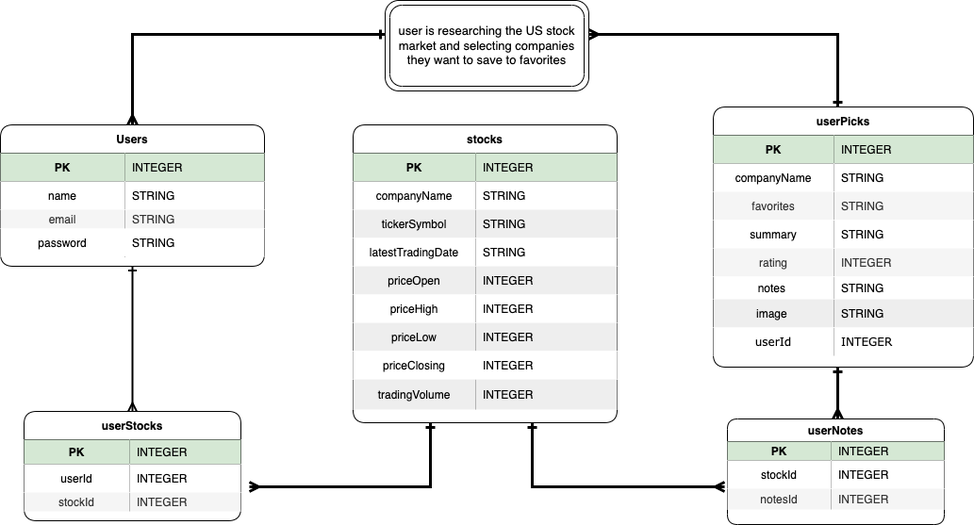
Professorsurf/Project-2 keeps this draw.io diagram as ERD.drawio.png. Above is the earlier version. Source tidied: cells renumbered, new cells last; positions are measured from the earlier drawing's top-left corner, leaving out a move shared by most shapes.
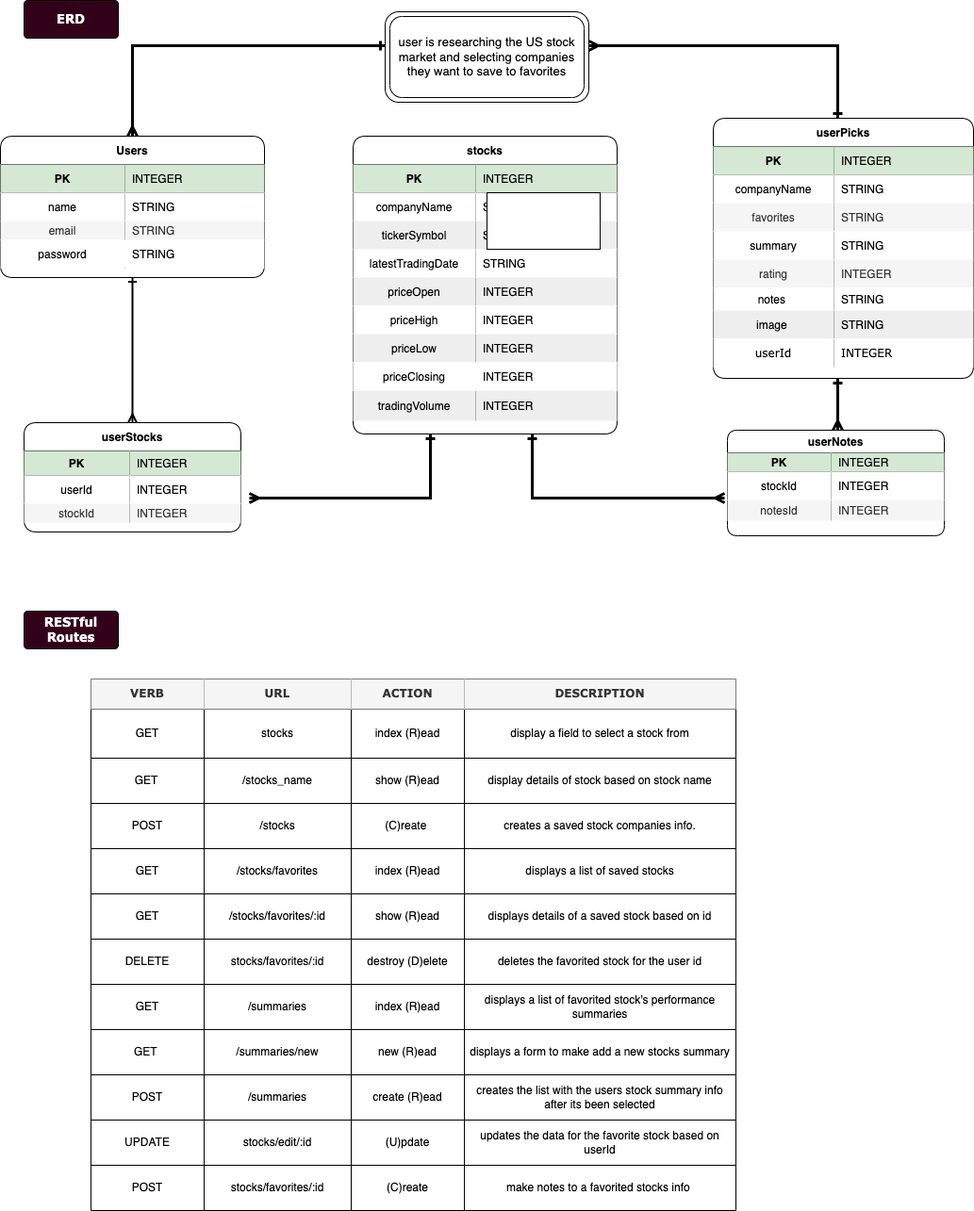
Later version of the same file.

Change to the diagram source:
```diff
@@ -308,5 +308,203 @@
     <mxCell id="94" value="user is researching the US stock market and selecting companies they want to save to favorites" style="shape=ext;margin=3;double=1;whiteSpace=wrap;html=1;align=center;rounded=1;shadow=0;fontSize=13;" parent="1" vertex="1">
       <mxGeometry x="408" width="216" height="96" as="geometry" />
     </mxCell>
+    <mxCell id="95" style="shape=table;html=1;whiteSpace=wrap;startSize=0;rounded=1;shadow=0;sketch=0;strokeWidth=1;perimeterSpacing=0;rowLines=1;" parent="1" vertex="1">
+      <mxGeometry x="96" y="708" width="684" height="564" as="geometry" />
+    </mxCell>
+    <mxCell id="96" style="shape=tableRow;horizontal=0;startSize=0;swimlaneHead=0;swimlaneBody=0;top=0;left=0;bottom=0;right=0;fillColor=none;rounded=1;shadow=0;" parent="95" vertex="1">
+      <mxGeometry width="684" height="32" as="geometry" />
+    </mxCell>
+    <mxCell id="97" value="VERB" style="shape=partialRectangle;html=1;whiteSpace=wrap;fillColor=#f5f5f5;top=0;left=0;bottom=0;right=0;overflow=hidden;rounded=1;shadow=0;fontFamily=Verdana;fontColor=#333333;strokeColor=#666666;fontStyle=1;" parent="96" vertex="1">
+      <mxGeometry width="120" height="32" as="geometry" />
+    </mxCell>
+    <mxCell id="98" value="URL" style="shape=partialRectangle;html=1;whiteSpace=wrap;fillColor=#f5f5f5;top=0;left=0;bottom=0;right=0;overflow=hidden;rounded=1;shadow=0;fontFamily=Verdana;fontColor=#333333;strokeColor=#666666;fontStyle=1;" parent="96" vertex="1">
+      <mxGeometry x="120" width="156" height="32" as="geometry" />
+    </mxCell>
+    <mxCell id="99" value="ACTION" style="shape=partialRectangle;html=1;whiteSpace=wrap;fillColor=#f5f5f5;top=0;left=0;bottom=0;right=0;overflow=hidden;rounded=1;shadow=0;fontFamily=Verdana;fontColor=#333333;strokeColor=#666666;fontStyle=1;" parent="96" vertex="1">
+      <mxGeometry x="276" width="120" height="32" as="geometry" />
+    </mxCell>
+    <mxCell id="100" value="DESCRIPTION" style="shape=partialRectangle;html=1;whiteSpace=wrap;fillColor=#f5f5f5;top=0;left=0;bottom=0;right=0;overflow=hidden;rounded=1;shadow=0;fontFamily=Verdana;fontColor=#333333;strokeColor=#666666;fontStyle=1;" parent="96" vertex="1">
+      <mxGeometry x="396" width="288" height="32" as="geometry" />
+    </mxCell>
+    <mxCell id="101" style="shape=tableRow;horizontal=0;startSize=0;swimlaneHead=0;swimlaneBody=0;top=0;left=0;bottom=0;right=0;fillColor=none;rounded=1;shadow=0;" parent="95" vertex="1">
+      <mxGeometry y="32" width="684" height="52" as="geometry" />
+    </mxCell>
+    <mxCell id="102" value="GET" style="shape=partialRectangle;html=1;whiteSpace=wrap;fillColor=none;top=0;left=0;bottom=0;right=0;overflow=hidden;rounded=1;shadow=0;" parent="101" vertex="1">
+      <mxGeometry width="120" height="52" as="geometry" />
+    </mxCell>
+    <mxCell id="103" value="stocks" style="shape=partialRectangle;html=1;whiteSpace=wrap;fillColor=none;top=0;left=0;bottom=0;right=0;overflow=hidden;rounded=1;shadow=0;" parent="101" vertex="1">
+      <mxGeometry x="120" width="156" height="52" as="geometry" />
+    </mxCell>
+    <mxCell id="104" value="index (R)ead" style="shape=partialRectangle;html=1;whiteSpace=wrap;fillColor=none;top=0;left=0;bottom=0;right=0;overflow=hidden;rounded=1;shadow=0;" parent="101" vertex="1">
+      <mxGeometry x="276" width="120" height="52" as="geometry" />
+    </mxCell>
+    <mxCell id="105" value="display a field to select a stock from" style="shape=partialRectangle;html=1;whiteSpace=wrap;fillColor=none;top=0;left=0;bottom=0;right=0;overflow=hidden;rounded=1;shadow=0;" parent="101" vertex="1">
+      <mxGeometry x="396" width="288" height="52" as="geometry" />
+    </mxCell>
+    <mxCell id="106" style="shape=tableRow;horizontal=0;startSize=0;swimlaneHead=0;swimlaneBody=0;top=0;left=0;bottom=0;right=0;fillColor=none;rounded=1;shadow=0;" parent="95" vertex="1">
+      <mxGeometry y="84" width="684" height="48" as="geometry" />
+    </mxCell>
+    <mxCell id="107" value="GET&lt;span style=&quot;white-space: pre&quot;&gt;&#9;&lt;/span&gt;" style="shape=partialRectangle;html=1;whiteSpace=wrap;fillColor=none;top=0;left=0;bottom=0;right=0;overflow=hidden;rounded=1;shadow=0;" parent="106" vertex="1">
+      <mxGeometry width="120" height="48" as="geometry" />
+    </mxCell>
+    <mxCell id="108" value="/stocks_name" style="shape=partialRectangle;html=1;whiteSpace=wrap;fillColor=none;top=0;left=0;bottom=0;right=0;overflow=hidden;rounded=1;shadow=0;" parent="106" vertex="1">
+      <mxGeometry x="120" width="156" height="48" as="geometry" />
+    </mxCell>
+    <mxCell id="109" value="show (R)ead" style="shape=partialRectangle;html=1;whiteSpace=wrap;fillColor=none;top=0;left=0;bottom=0;right=0;overflow=hidden;rounded=1;shadow=0;" parent="106" vertex="1">
+      <mxGeometry x="276" width="120" height="48" as="geometry" />
+    </mxCell>
+    <mxCell id="110" value="display details of stock based on stock name" style="shape=partialRectangle;html=1;whiteSpace=wrap;fillColor=none;top=0;left=0;bottom=0;right=0;overflow=hidden;rounded=1;shadow=0;" parent="106" vertex="1">
+      <mxGeometry x="396" width="288" height="48" as="geometry" />
+    </mxCell>
+    <mxCell id="111" style="shape=tableRow;horizontal=0;startSize=0;swimlaneHead=0;swimlaneBody=0;top=0;left=0;bottom=0;right=0;fillColor=none;rounded=1;shadow=0;" parent="95" vertex="1">
+      <mxGeometry y="132" width="684" height="48" as="geometry" />
+    </mxCell>
+    <mxCell id="112" value="POST" style="shape=partialRectangle;html=1;whiteSpace=wrap;fillColor=none;top=0;left=0;bottom=0;right=0;overflow=hidden;rounded=1;shadow=0;" parent="111" vertex="1">
+      <mxGeometry width="120" height="48" as="geometry" />
+    </mxCell>
+    <mxCell id="113" value="/stocks" style="shape=partialRectangle;html=1;whiteSpace=wrap;fillColor=none;top=0;left=0;bottom=0;right=0;overflow=hidden;rounded=1;shadow=0;" parent="111" vertex="1">
+      <mxGeometry x="120" width="156" height="48" as="geometry" />
+    </mxCell>
+    <mxCell id="114" value="(C)reate&amp;nbsp;&lt;br&gt;" style="shape=partialRectangle;html=1;whiteSpace=wrap;fillColor=none;top=0;left=0;bottom=0;right=0;overflow=hidden;rounded=1;shadow=0;" parent="111" vertex="1">
+      <mxGeometry x="276" width="120" height="48" as="geometry" />
+    </mxCell>
+    <mxCell id="115" value="creates a saved stock companies info." style="shape=partialRectangle;html=1;whiteSpace=wrap;fillColor=none;top=0;left=0;bottom=0;right=0;overflow=hidden;rounded=1;shadow=0;" parent="111" vertex="1">
+      <mxGeometry x="396" width="288" height="48" as="geometry" />
+    </mxCell>
+    <mxCell id="116" style="shape=tableRow;horizontal=0;startSize=0;swimlaneHead=0;swimlaneBody=0;top=0;left=0;bottom=0;right=0;fillColor=none;rounded=1;shadow=0;" parent="95" vertex="1">
+      <mxGeometry y="180" width="684" height="48" as="geometry" />
+    </mxCell>
+    <mxCell id="117" value="GET" style="shape=partialRectangle;html=1;whiteSpace=wrap;fillColor=none;top=0;left=0;bottom=0;right=0;overflow=hidden;rounded=1;shadow=0;" parent="116" vertex="1">
+      <mxGeometry width="120" height="48" as="geometry" />
+    </mxCell>
+    <mxCell id="118" value="/stocks/favorites" style="shape=partialRectangle;html=1;whiteSpace=wrap;fillColor=none;top=0;left=0;bottom=0;right=0;overflow=hidden;rounded=1;shadow=0;" parent="116" vertex="1">
+      <mxGeometry x="120" width="156" height="48" as="geometry" />
+    </mxCell>
+    <mxCell id="119" value="index (R)ead" style="shape=partialRectangle;html=1;whiteSpace=wrap;fillColor=none;top=0;left=0;bottom=0;right=0;overflow=hidden;rounded=1;shadow=0;" parent="116" vertex="1">
+      <mxGeometry x="276" width="120" height="48" as="geometry" />
+    </mxCell>
+    <mxCell id="120" value="displays a list of saved stocks" style="shape=partialRectangle;html=1;whiteSpace=wrap;fillColor=none;top=0;left=0;bottom=0;right=0;overflow=hidden;rounded=1;shadow=0;" parent="116" vertex="1">
+      <mxGeometry x="396" width="288" height="48" as="geometry" />
+    </mxCell>
+    <mxCell id="121" style="shape=tableRow;horizontal=0;startSize=0;swimlaneHead=0;swimlaneBody=0;top=0;left=0;bottom=0;right=0;fillColor=none;rounded=1;shadow=0;" parent="95" vertex="1">
+      <mxGeometry y="228" width="684" height="48" as="geometry" />
+    </mxCell>
+    <mxCell id="122" value="GET" style="shape=partialRectangle;html=1;whiteSpace=wrap;fillColor=none;top=0;left=0;bottom=0;right=0;overflow=hidden;rounded=1;shadow=0;" parent="121" vertex="1">
+      <mxGeometry width="120" height="48" as="geometry" />
+    </mxCell>
+    <mxCell id="123" value="/stocks/favorites/:id" style="shape=partialRectangle;html=1;whiteSpace=wrap;fillColor=none;top=0;left=0;bottom=0;right=0;overflow=hidden;rounded=1;shadow=0;" parent="121" vertex="1">
+      <mxGeometry x="120" width="156" height="48" as="geometry" />
+    </mxCell>
+    <mxCell id="124" value="show (R)ead" style="shape=partialRectangle;html=1;whiteSpace=wrap;fillColor=none;top=0;left=0;bottom=0;right=0;overflow=hidden;rounded=1;shadow=0;" parent="121" vertex="1">
+      <mxGeometry x="276" width="120" height="48" as="geometry" />
+    </mxCell>
+    <mxCell id="125" value="displays details of a saved stock based on id" style="shape=partialRectangle;html=1;whiteSpace=wrap;fillColor=none;top=0;left=0;bottom=0;right=0;overflow=hidden;rounded=1;shadow=0;" parent="121" vertex="1">
+      <mxGeometry x="396" width="288" height="48" as="geometry" />
+    </mxCell>
+    <mxCell id="126" style="shape=tableRow;horizontal=0;startSize=0;swimlaneHead=0;swimlaneBody=0;top=0;left=0;bottom=0;right=0;fillColor=none;rounded=1;shadow=0;" parent="95" vertex="1">
+      <mxGeometry y="276" width="684" height="48" as="geometry" />
+    </mxCell>
+    <mxCell id="127" value="DELETE" style="shape=partialRectangle;html=1;whiteSpace=wrap;fillColor=none;top=0;left=0;bottom=0;right=0;overflow=hidden;rounded=1;shadow=0;" parent="126" vertex="1">
+      <mxGeometry width="120" height="48" as="geometry" />
+    </mxCell>
+    <mxCell id="128" value="stocks/favorites/:id" style="shape=partialRectangle;html=1;whiteSpace=wrap;fillColor=none;top=0;left=0;bottom=0;right=0;overflow=hidden;rounded=1;shadow=0;" parent="126" vertex="1">
+      <mxGeometry x="120" width="156" height="48" as="geometry" />
+    </mxCell>
+    <mxCell id="129" value="destroy (D)elete" style="shape=partialRectangle;html=1;whiteSpace=wrap;fillColor=none;top=0;left=0;bottom=0;right=0;overflow=hidden;rounded=1;shadow=0;" parent="126" vertex="1">
+      <mxGeometry x="276" width="120" height="48" as="geometry" />
+    </mxCell>
+    <mxCell id="130" value="deletes the favorited stock for the user id" style="shape=partialRectangle;html=1;whiteSpace=wrap;fillColor=none;top=0;left=0;bottom=0;right=0;overflow=hidden;rounded=1;shadow=0;" parent="126" vertex="1">
+      <mxGeometry x="396" width="288" height="48" as="geometry" />
+    </mxCell>
+    <mxCell id="131" style="shape=tableRow;horizontal=0;startSize=0;swimlaneHead=0;swimlaneBody=0;top=0;left=0;bottom=0;right=0;fillColor=none;rounded=1;shadow=0;" parent="95" vertex="1">
+      <mxGeometry y="324" width="684" height="48" as="geometry" />
+    </mxCell>
+    <mxCell id="132" value="GET" style="shape=partialRectangle;html=1;whiteSpace=wrap;fillColor=none;top=0;left=0;bottom=0;right=0;overflow=hidden;rounded=1;shadow=0;" parent="131" vertex="1">
+      <mxGeometry width="120" height="48" as="geometry" />
+    </mxCell>
+    <mxCell id="133" value="/summaries" style="shape=partialRectangle;html=1;whiteSpace=wrap;fillColor=none;top=0;left=0;bottom=0;right=0;overflow=hidden;rounded=1;shadow=0;" parent="131" vertex="1">
+      <mxGeometry x="120" width="156" height="48" as="geometry" />
+    </mxCell>
+    <mxCell id="134" value="index (R)ead" style="shape=partialRectangle;html=1;whiteSpace=wrap;fillColor=none;top=0;left=0;bottom=0;right=0;overflow=hidden;rounded=1;shadow=0;" parent="131" vertex="1">
+      <mxGeometry x="276" width="120" height="48" as="geometry" />
+    </mxCell>
+    <mxCell id="135" value="displays a list of favorited stock's performance summaries" style="shape=partialRectangle;html=1;whiteSpace=wrap;fillColor=none;top=0;left=0;bottom=0;right=0;overflow=hidden;rounded=1;shadow=0;" parent="131" vertex="1">
+      <mxGeometry x="396" width="288" height="48" as="geometry" />
+    </mxCell>
+    <mxCell id="136" style="shape=tableRow;horizontal=0;startSize=0;swimlaneHead=0;swimlaneBody=0;top=0;left=0;bottom=0;right=0;fillColor=none;rounded=1;shadow=0;" parent="95" vertex="1">
+      <mxGeometry y="372" width="684" height="48" as="geometry" />
+    </mxCell>
+    <mxCell id="137" value="GET&amp;nbsp;" style="shape=partialRectangle;html=1;whiteSpace=wrap;fillColor=none;top=0;left=0;bottom=0;right=0;overflow=hidden;rounded=1;shadow=0;" parent="136" vertex="1">
+      <mxGeometry width="120" height="48" as="geometry" />
+    </mxCell>
+    <mxCell id="138" value="/summaries/new" style="shape=partialRectangle;html=1;whiteSpace=wrap;fillColor=none;top=0;left=0;bottom=0;right=0;overflow=hidden;rounded=1;shadow=0;" parent="136" vertex="1">
+      <mxGeometry x="120" width="156" height="48" as="geometry" />
+    </mxCell>
+    <mxCell id="139" value="new (R)ead" style="shape=partialRectangle;html=1;whiteSpace=wrap;fillColor=none;top=0;left=0;bottom=0;right=0;overflow=hidden;rounded=1;shadow=0;" parent="136" vertex="1">
+      <mxGeometry x="276" width="120" height="48" as="geometry" />
+    </mxCell>
+    <mxCell id="140" value="displays a form to make add a new stocks summary" style="shape=partialRectangle;html=1;whiteSpace=wrap;fillColor=none;top=0;left=0;bottom=0;right=0;overflow=hidden;rounded=1;shadow=0;" parent="136" vertex="1">
+      <mxGeometry x="396" width="288" height="48" as="geometry" />
+    </mxCell>
+    <mxCell id="141" style="shape=tableRow;horizontal=0;startSize=0;swimlaneHead=0;swimlaneBody=0;top=0;left=0;bottom=0;right=0;fillColor=none;rounded=1;shadow=0;" parent="95" vertex="1">
+      <mxGeometry y="420" width="684" height="48" as="geometry" />
+    </mxCell>
+    <mxCell id="142" value="POST" style="shape=partialRectangle;html=1;whiteSpace=wrap;fillColor=none;top=0;left=0;bottom=0;right=0;overflow=hidden;rounded=1;shadow=0;" parent="141" vertex="1">
+      <mxGeometry width="120" height="48" as="geometry" />
+    </mxCell>
+    <mxCell id="143" value="/summaries" style="shape=partialRectangle;html=1;whiteSpace=wrap;fillColor=none;top=0;left=0;bottom=0;right=0;overflow=hidden;rounded=1;shadow=0;" parent="141" vertex="1">
+      <mxGeometry x="120" width="156" height="48" as="geometry" />
+    </mxCell>
+    <mxCell id="144" value="create (R)ead" style="shape=partialRectangle;html=1;whiteSpace=wrap;fillColor=none;top=0;left=0;bottom=0;right=0;overflow=hidden;rounded=1;shadow=0;" parent="141" vertex="1">
+      <mxGeometry x="276" width="120" height="48" as="geometry" />
+    </mxCell>
+    <mxCell id="145" value="creates the list with the users stock summary info after its been selected" style="shape=partialRectangle;html=1;whiteSpace=wrap;fillColor=none;top=0;left=0;bottom=0;right=0;overflow=hidden;rounded=1;shadow=0;" parent="141" vertex="1">
+      <mxGeometry x="396" width="288" height="48" as="geometry" />
+    </mxCell>
+    <mxCell id="146" style="shape=tableRow;horizontal=0;startSize=0;swimlaneHead=0;swimlaneBody=0;top=0;left=0;bottom=0;right=0;fillColor=none;rounded=1;shadow=0;" parent="95" vertex="1">
+      <mxGeometry y="468" width="684" height="48" as="geometry" />
+    </mxCell>
+    <mxCell id="147" value="UPDATE" style="shape=partialRectangle;html=1;whiteSpace=wrap;fillColor=none;top=0;left=0;bottom=0;right=0;overflow=hidden;rounded=1;shadow=0;" parent="146" vertex="1">
+      <mxGeometry width="120" height="48" as="geometry" />
+    </mxCell>
+    <mxCell id="148" value="stocks/edit/:id" style="shape=partialRectangle;html=1;whiteSpace=wrap;fillColor=none;top=0;left=0;bottom=0;right=0;overflow=hidden;rounded=1;shadow=0;" parent="146" vertex="1">
+      <mxGeometry x="120" width="156" height="48" as="geometry" />
+    </mxCell>
+    <mxCell id="149" value="(U)pdate" style="shape=partialRectangle;html=1;whiteSpace=wrap;fillColor=none;top=0;left=0;bottom=0;right=0;overflow=hidden;rounded=1;shadow=0;" parent="146" vertex="1">
+      <mxGeometry x="276" width="120" height="48" as="geometry" />
+    </mxCell>
+    <mxCell id="150" value="updates the data for the favorite stock based on userId" style="shape=partialRectangle;html=1;whiteSpace=wrap;fillColor=none;top=0;left=0;bottom=0;right=0;overflow=hidden;rounded=1;shadow=0;" parent="146" vertex="1">
+      <mxGeometry x="396" width="288" height="48" as="geometry" />
+    </mxCell>
+    <mxCell id="151" style="shape=tableRow;horizontal=0;startSize=0;swimlaneHead=0;swimlaneBody=0;top=0;left=0;bottom=0;right=0;fillColor=none;rounded=1;shadow=0;" parent="95" vertex="1">
+      <mxGeometry y="516" width="684" height="48" as="geometry" />
+    </mxCell>
+    <mxCell id="152" value="POST" style="shape=partialRectangle;html=1;whiteSpace=wrap;fillColor=none;top=0;left=0;bottom=0;right=0;overflow=hidden;rounded=1;shadow=0;" parent="151" vertex="1">
+      <mxGeometry width="120" height="48" as="geometry" />
+    </mxCell>
+    <mxCell id="153" value="stocks/favorites/:id" style="shape=partialRectangle;html=1;whiteSpace=wrap;fillColor=none;top=0;left=0;bottom=0;right=0;overflow=hidden;rounded=1;shadow=0;" parent="151" vertex="1">
+      <mxGeometry x="120" width="156" height="48" as="geometry" />
+    </mxCell>
+    <mxCell id="154" value="(C)reate" style="shape=partialRectangle;html=1;whiteSpace=wrap;fillColor=none;top=0;left=0;bottom=0;right=0;overflow=hidden;rounded=1;shadow=0;" parent="151" vertex="1">
+      <mxGeometry x="276" width="120" height="48" as="geometry" />
+    </mxCell>
+    <mxCell id="155" value="make notes to a favorited stocks info&amp;nbsp;" style="shape=partialRectangle;html=1;whiteSpace=wrap;fillColor=none;top=0;left=0;bottom=0;right=0;overflow=hidden;rounded=1;shadow=0;" parent="151" vertex="1">
+      <mxGeometry x="396" width="288" height="48" as="geometry" />
+    </mxCell>
+    <mxCell id="156" style="rounded=0;whiteSpace=wrap;html=1;shadow=0;labelBackgroundColor=#E6E6E6;sketch=0;fontFamily=Verdana;fontSize=13;fontColor=#0066CC;strokeWidth=1;" parent="1" vertex="1">
+      <mxGeometry x="516" y="192" width="120" height="60" as="geometry" />
+    </mxCell>
+    <mxCell id="157" style="rounded=0;whiteSpace=wrap;html=1;shadow=0;labelBackgroundColor=#E6E6E6;sketch=0;fontFamily=Verdana;fontSize=13;fontColor=#0066CC;strokeWidth=1;" parent="1" vertex="1">
+      <mxGeometry x="516" y="192" width="120" height="60" as="geometry" />
+    </mxCell>
+    <mxCell id="158" style="rounded=0;whiteSpace=wrap;html=1;shadow=0;labelBackgroundColor=#E6E6E6;sketch=0;fontFamily=Verdana;fontSize=13;fontColor=#0066CC;strokeWidth=1;" parent="1" vertex="1">
+      <mxGeometry x="516" y="192" width="120" height="60" as="geometry" />
+    </mxCell>
+    <mxCell id="159" value="ERD" style="rounded=1;arcSize=10;whiteSpace=wrap;html=1;align=center;shadow=0;labelBackgroundColor=#33001A;sketch=0;fontFamily=Verdana;fontSize=13;fontColor=#FFFFFF;strokeWidth=1;fontStyle=1;fillColor=#33001A;" parent="1" vertex="1">
+      <mxGeometry x="25" y="-12" width="100" height="40" as="geometry" />
+    </mxCell>
+    <mxCell id="160" value="RESTful Routes" style="rounded=1;arcSize=10;whiteSpace=wrap;html=1;align=center;shadow=0;labelBackgroundColor=#33001A;sketch=0;fontFamily=Verdana;fontSize=13;fontColor=#FFFFFF;strokeWidth=1;fontStyle=1;fillColor=#33001A;" parent="1" vertex="1">
+      <mxGeometry x="25" y="636" width="100" height="40" as="geometry" />
+    </mxCell>
   </root>
 </mxGraphModel>
```
